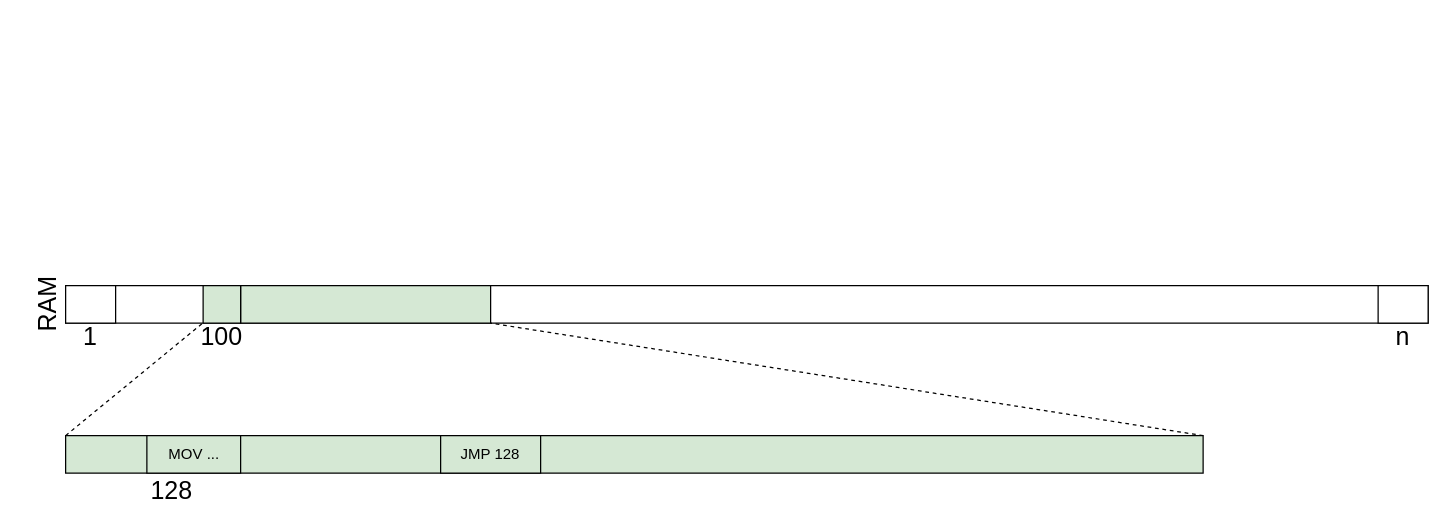
Before: page "P03" (3 of 34) of slides/memmgt.drawio in 77maxikov/os_course, a draw.io diagram. Source tidied: cells renumbered, new cells numbered last; positions are measured from the earlier drawing's top-left corner, leaving out a move shared by most shapes. Both pictures are drawn from the tidied source at 125%, with x=0, y=0 at pixel (15, 279).
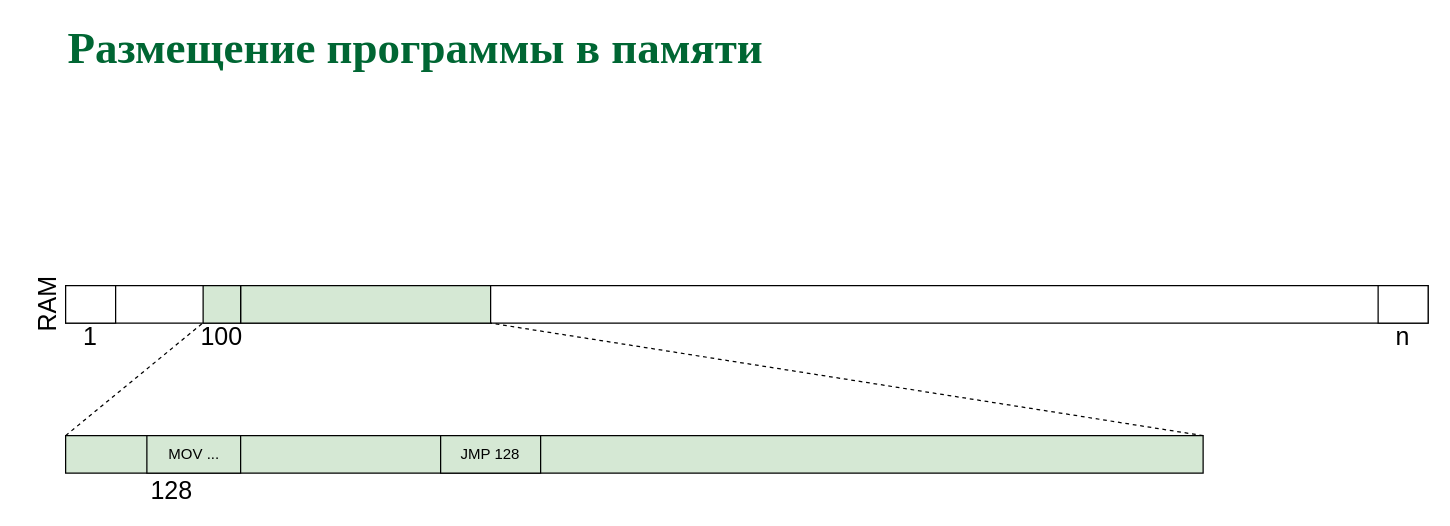
The same page after the edit.

The edit, as a diff of the source:
```diff
@@
+    <mxCell id="19" value="&lt;b style=&quot;color: rgb(0 , 102 , 51) ; font-family: &amp;#34;garamond&amp;#34; ; font-size: 36px&quot;&gt;Размещение программы в памяти&lt;br&gt;&lt;/b&gt;" style="text;html=1;align=left;verticalAlign=middle;whiteSpace=wrap;rounded=0;" parent="1" vertex="1">
+      <mxGeometry x="40" y="-195" width="920" height="20" as="geometry" />
+    </mxCell>
```
